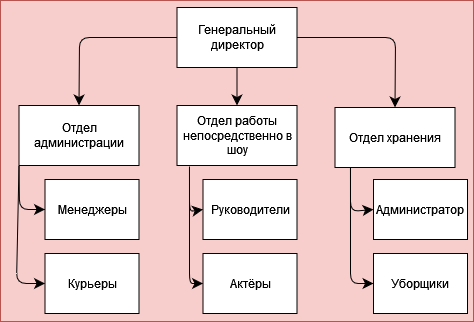
Helpmepleaseitishard/database-design-4-semester keeps this draw.io diagram as 1111-Page-2-Page-3.drawio.png. Above is the earlier version. Source tidied: cells renumbered, new cells last; positions are measured from the earlier drawing's top-left corner, leaving out a move shared by most shapes. Source of this version:
```xml
<mxGraphModel>
  <root>
    <mxCell id="0" />
    <mxCell id="1" parent="0" />
    <mxCell id="2" style="rounded=0;whiteSpace=wrap;html=1;fillColor=#f8cecc;strokeColor=#b85450;" parent="1" vertex="1">
      <mxGeometry width="473" height="321" as="geometry" />
    </mxCell>
    <mxCell id="3" style="edgeStyle=none;curved=0;rounded=1;jettySize=auto;html=1;exitX=0;exitY=0.5;exitDx=0;exitDy=0;entryX=0.5;entryY=0;entryDx=0;entryDy=0;fontSize=12;startSize=8;endSize=8;" parent="1" edge="1" source="6" target="9">
      <mxGeometry relative="1" as="geometry">
        <Array as="points">
          <mxPoint x="79" y="37" />
        </Array>
      </mxGeometry>
    </mxCell>
    <mxCell id="4" style="edgeStyle=none;curved=0;rounded=1;jettySize=auto;html=1;exitX=1;exitY=0.5;exitDx=0;exitDy=0;entryX=0.5;entryY=0;entryDx=0;entryDy=0;fontSize=12;startSize=8;endSize=8;" parent="1" edge="1" source="6" target="15">
      <mxGeometry relative="1" as="geometry">
        <Array as="points">
          <mxPoint x="395" y="37" />
        </Array>
      </mxGeometry>
    </mxCell>
    <mxCell id="5" style="edgeStyle=none;curved=1;rounded=0;jettySize=auto;html=1;exitX=0.5;exitY=1;exitDx=0;exitDy=0;entryX=0.5;entryY=0;entryDx=0;entryDy=0;fontSize=12;startSize=8;endSize=8;" parent="1" edge="1" source="6" target="12">
      <mxGeometry relative="1" as="geometry" />
    </mxCell>
    <mxCell id="6" value="Генеральный директор" style="rounded=0;whiteSpace=wrap;html=1;" parent="1" vertex="1">
      <mxGeometry x="176.5" y="7" width="120" height="60" as="geometry" />
    </mxCell>
    <mxCell id="7" style="edgeStyle=none;curved=0;rounded=1;jettySize=auto;html=1;exitX=0;exitY=1;exitDx=0;exitDy=0;entryX=0;entryY=0.5;entryDx=0;entryDy=0;fontSize=12;startSize=8;endSize=8;" parent="1" edge="1" source="9" target="19">
      <mxGeometry relative="1" as="geometry">
        <Array as="points">
          <mxPoint x="19" y="209" />
        </Array>
      </mxGeometry>
    </mxCell>
    <mxCell id="8" style="edgeStyle=none;curved=0;rounded=1;jettySize=auto;html=1;exitX=0;exitY=1;exitDx=0;exitDy=0;entryX=0;entryY=0.5;entryDx=0;entryDy=0;fontSize=12;startSize=8;endSize=8;" parent="1" edge="1" source="9" target="21">
      <mxGeometry relative="1" as="geometry">
        <Array as="points">
          <mxPoint x="16" y="283" />
        </Array>
      </mxGeometry>
    </mxCell>
    <mxCell id="9" value="Отдел администрации" style="rounded=0;whiteSpace=wrap;html=1;" parent="1" vertex="1">
      <mxGeometry x="18.5" y="105" width="120" height="60" as="geometry" />
    </mxCell>
    <mxCell id="10" style="edgeStyle=none;curved=0;rounded=1;jettySize=auto;html=1;exitX=0.104;exitY=1.017;exitDx=0;exitDy=0;entryX=0;entryY=0.5;entryDx=0;entryDy=0;fontSize=12;startSize=8;endSize=8;exitPerimeter=0;" parent="1" edge="1" source="12" target="20">
      <mxGeometry relative="1" as="geometry">
        <Array as="points">
          <mxPoint x="189" y="211" />
        </Array>
      </mxGeometry>
    </mxCell>
    <mxCell id="11" style="edgeStyle=none;curved=0;rounded=1;jettySize=auto;html=1;exitX=0.104;exitY=1.033;exitDx=0;exitDy=0;entryX=0;entryY=0.5;entryDx=0;entryDy=0;fontSize=12;startSize=8;endSize=8;exitPerimeter=0;" parent="1" edge="1" source="12" target="18">
      <mxGeometry relative="1" as="geometry">
        <Array as="points">
          <mxPoint x="189" y="283" />
        </Array>
      </mxGeometry>
    </mxCell>
    <mxCell id="12" value="Отдел работы непосредственно в шоу" style="rounded=0;whiteSpace=wrap;html=1;" parent="1" vertex="1">
      <mxGeometry x="176.5" y="105" width="120" height="60" as="geometry" />
    </mxCell>
    <mxCell id="13" style="edgeStyle=none;curved=0;rounded=1;jettySize=auto;html=1;exitX=0.129;exitY=0.967;exitDx=0;exitDy=0;entryX=0;entryY=0.5;entryDx=0;entryDy=0;fontSize=12;startSize=8;endSize=8;exitPerimeter=0;" parent="1" edge="1" source="15" target="17">
      <mxGeometry relative="1" as="geometry">
        <Array as="points">
          <mxPoint x="350" y="283" />
        </Array>
      </mxGeometry>
    </mxCell>
    <mxCell id="14" style="edgeStyle=none;curved=0;rounded=1;jettySize=auto;html=1;exitX=0.129;exitY=1;exitDx=0;exitDy=0;entryX=0;entryY=0.5;entryDx=0;entryDy=0;fontSize=12;startSize=8;endSize=8;exitPerimeter=0;" parent="1" edge="1" source="15" target="16">
      <mxGeometry relative="1" as="geometry">
        <Array as="points">
          <mxPoint x="350" y="211" />
        </Array>
      </mxGeometry>
    </mxCell>
    <mxCell id="15" value="Отдел хранения" style="rounded=0;whiteSpace=wrap;html=1;" parent="1" vertex="1">
      <mxGeometry x="334.5" y="107" width="120" height="60" as="geometry" />
    </mxCell>
    <mxCell id="16" value="Администратор" style="rounded=0;whiteSpace=wrap;html=1;" parent="1" vertex="1">
      <mxGeometry x="373" y="179" width="94" height="60" as="geometry" />
    </mxCell>
    <mxCell id="17" value="Уборщики" style="rounded=0;whiteSpace=wrap;html=1;" parent="1" vertex="1">
      <mxGeometry x="373" y="253" width="94" height="60" as="geometry" />
    </mxCell>
    <mxCell id="18" value="Актёры" style="rounded=0;whiteSpace=wrap;html=1;" parent="1" vertex="1">
      <mxGeometry x="202.5" y="253" width="94" height="60" as="geometry" />
    </mxCell>
    <mxCell id="19" value="Менеджеры" style="rounded=0;whiteSpace=wrap;html=1;" parent="1" vertex="1">
      <mxGeometry x="44.5" y="179" width="94" height="60" as="geometry" />
    </mxCell>
    <mxCell id="20" value="Руководители" style="rounded=0;whiteSpace=wrap;html=1;" parent="1" vertex="1">
      <mxGeometry x="202.5" y="179" width="94" height="60" as="geometry" />
    </mxCell>
    <mxCell id="21" value="Курьеры" style="rounded=0;whiteSpace=wrap;html=1;" parent="1" vertex="1">
      <mxGeometry x="44.5" y="253" width="94" height="60" as="geometry" />
    </mxCell>
  </root>
</mxGraphModel>
```
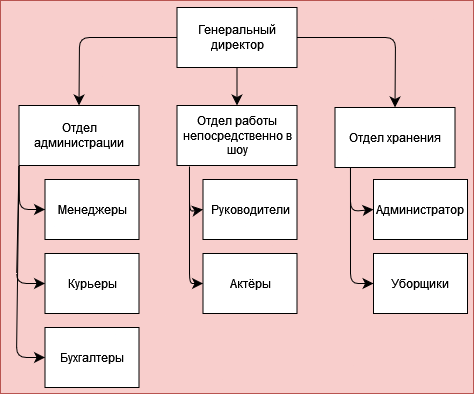
After the change.

Change to the diagram source:
```diff
@@ -3,7 +3,7 @@
     <mxCell id="0" />
     <mxCell id="1" parent="0" />
     <mxCell id="2" style="rounded=0;whiteSpace=wrap;html=1;fillColor=#f8cecc;strokeColor=#b85450;" parent="1" vertex="1">
-      <mxGeometry width="473" height="321" as="geometry" />
+      <mxGeometry width="473" height="393" as="geometry" />
     </mxCell>
     <mxCell id="3" style="edgeStyle=none;curved=0;rounded=1;jettySize=auto;html=1;exitX=0;exitY=0.5;exitDx=0;exitDy=0;entryX=0.5;entryY=0;entryDx=0;entryDy=0;fontSize=12;startSize=8;endSize=8;" parent="1" edge="1" source="6" target="9">
       <mxGeometry relative="1" as="geometry">
@@ -39,6 +39,13 @@
         </Array>
       </mxGeometry>
     </mxCell>
+    <mxCell id="22" style="edgeStyle=none;curved=0;rounded=1;jettySize=auto;html=1;exitX=0;exitY=1;exitDx=0;exitDy=0;entryX=0;entryY=0.5;entryDx=0;entryDy=0;fontSize=12;startSize=8;endSize=8;" parent="1" edge="1" source="9" target="23">
+      <mxGeometry relative="1" as="geometry">
+        <Array as="points">
+          <mxPoint x="16" y="357" />
+        </Array>
+      </mxGeometry>
+    </mxCell>
     <mxCell id="9" value="Отдел администрации" style="rounded=0;whiteSpace=wrap;html=1;" parent="1" vertex="1">
       <mxGeometry x="18.5" y="105" width="120" height="60" as="geometry" />
     </mxCell>
@@ -94,5 +101,8 @@
     <mxCell id="21" value="Курьеры" style="rounded=0;whiteSpace=wrap;html=1;" parent="1" vertex="1">
       <mxGeometry x="44.5" y="253" width="94" height="60" as="geometry" />
     </mxCell>
+    <mxCell id="23" value="Бухгалтеры" style="rounded=0;whiteSpace=wrap;html=1;" parent="1" vertex="1">
+      <mxGeometry x="44.5" y="327" width="94" height="60" as="geometry" />
+    </mxCell>
   </root>
 </mxGraphModel>
```
